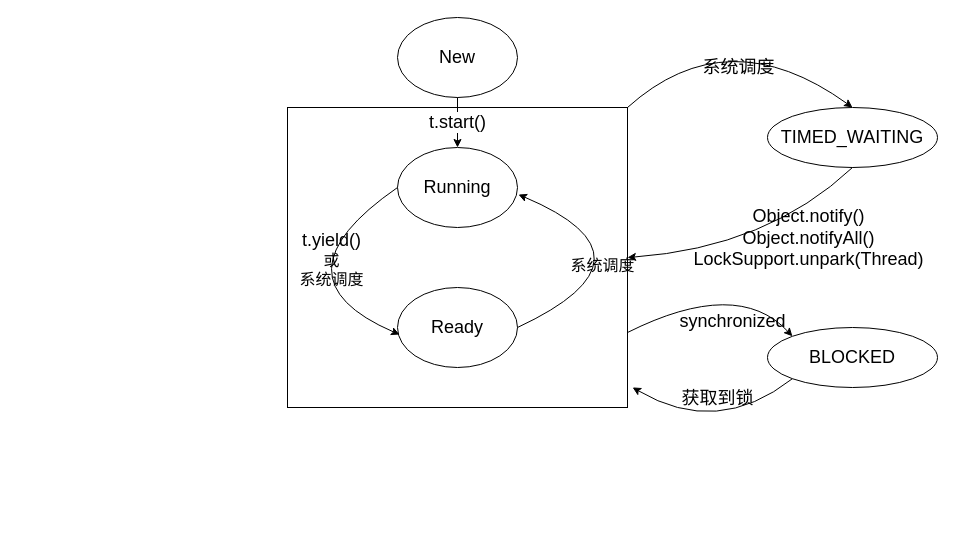
dosjia/chart keeps this draw.io diagram as thread.drawio. Above is the earlier version. Source tidied: cells renumbered, new cells numbered last; positions are measured from the earlier drawing's top-left corner, leaving out a move shared by most shapes. Both pictures are drawn from the tidied source at 100%, with x=0, y=0 at pixel (267, 17).
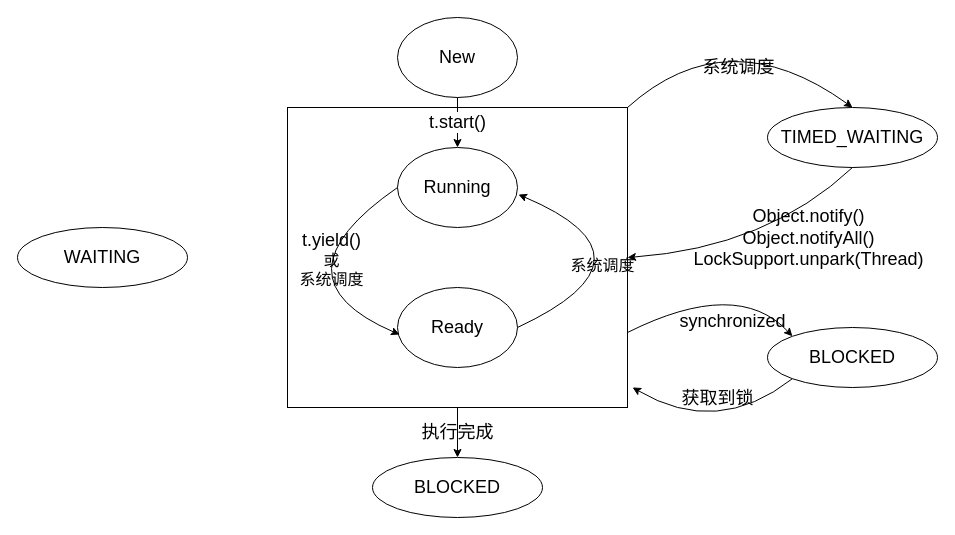
The same page after the edit.

Unchanged cells that the change refers to:
```xml
<mxCell id="2" style="rounded=0;whiteSpace=wrap;html=1;" parent="1" vertex="1">
  <mxGeometry x="20" y="90" width="340" height="300" as="geometry" />
</mxCell>
```

What changed in the source:
```diff
@@
+    <mxCell id="21" value="&lt;font style=&quot;font-size: 18px&quot;&gt;BLOCKED&lt;/font&gt;" style="ellipse;whiteSpace=wrap;html=1;" parent="1" vertex="1">
+      <mxGeometry x="105" y="440" width="170" height="60" as="geometry" />
+    </mxCell>
+    <mxCell id="22" value="&lt;font style=&quot;font-size: 18px&quot;&gt;执行完成&lt;/font&gt;" style="endArrow=classic;html=1;exitX=0.5;exitY=1;exitDx=0;exitDy=0;entryX=0.5;entryY=0;entryDx=0;entryDy=0;labelBackgroundColor=none;" parent="1" edge="1" source="2" target="21">
+      <mxGeometry relative="1" as="geometry" />
+    </mxCell>
+    <mxCell id="23" value="&lt;font style=&quot;font-size: 18px&quot;&gt;WAITING&lt;/font&gt;" style="ellipse;whiteSpace=wrap;html=1;" parent="1" vertex="1">
+      <mxGeometry x="-250" y="210" width="170" height="60" as="geometry" />
+    </mxCell>
```
